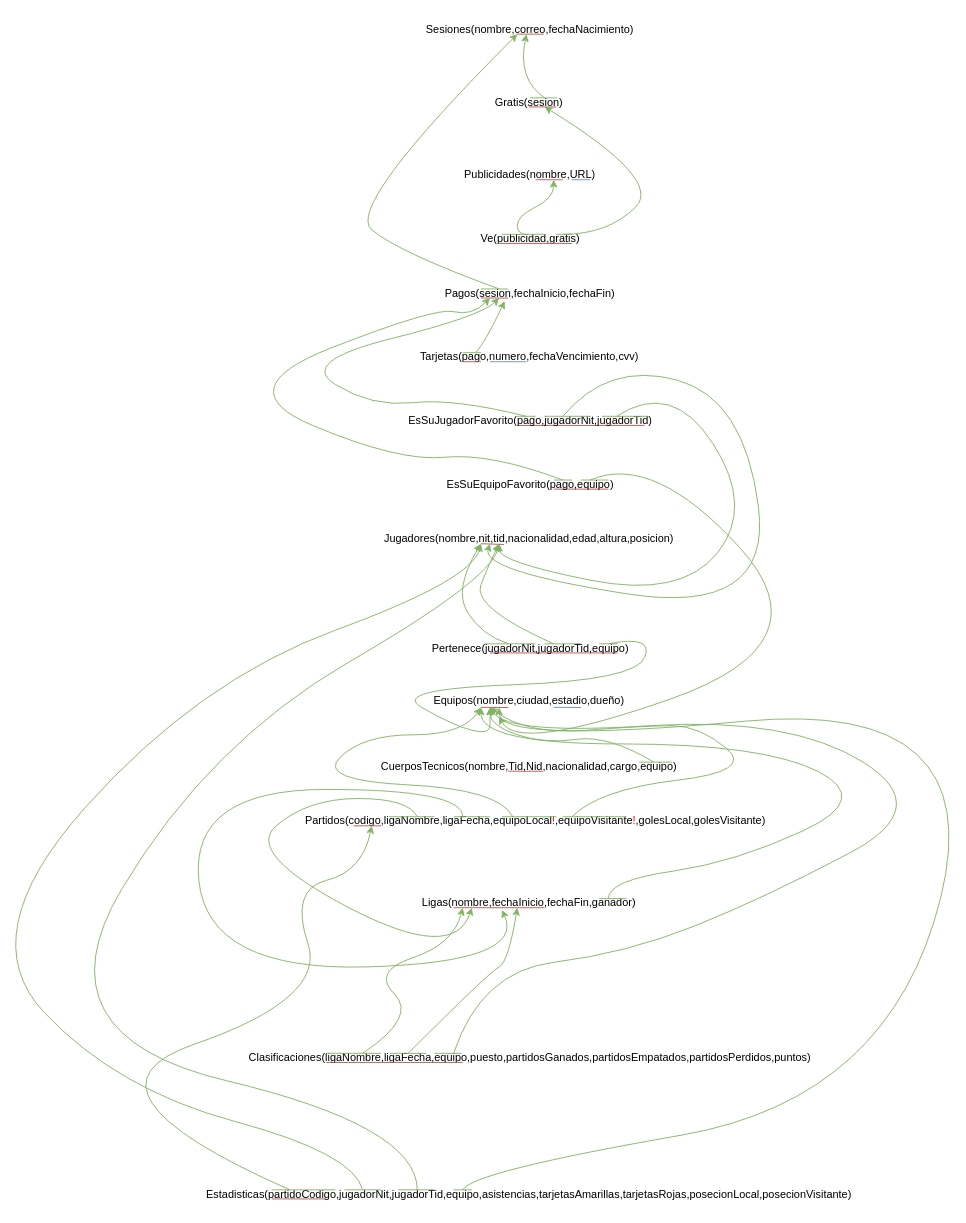
The draw.io diagram ModeloMiniProyecto.drawio in marzo245/Chicuazuque-Zambrano2024-1, before the edit. Source tidied: cells renumbered, new cells numbered last; positions are measured from the earlier drawing's top-left corner, leaving out a move shared by most shapes. Both pictures are drawn from the tidied source at 91%, with x=0, y=0 at pixel (-29, 15).
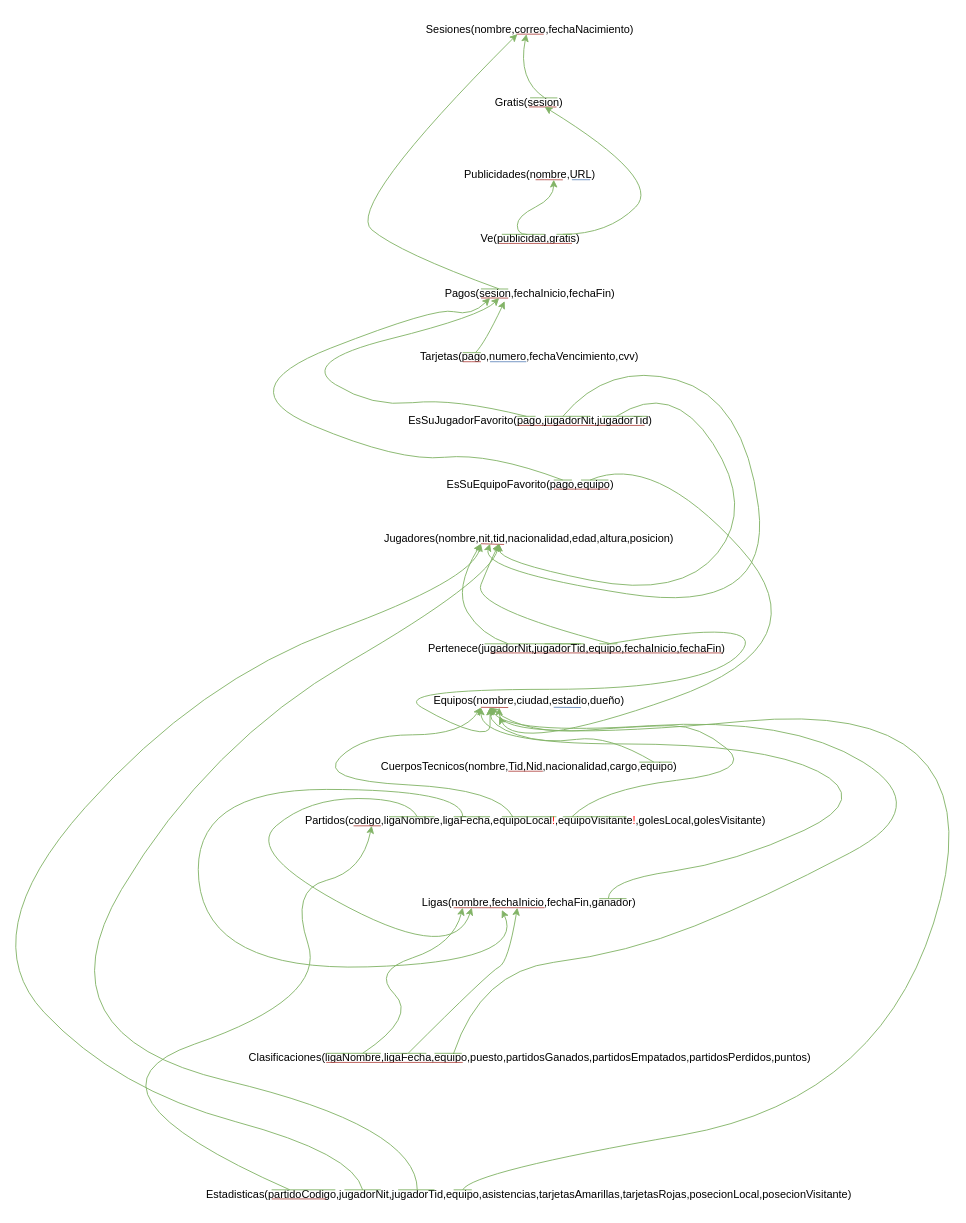
The same page after the edit.

What changed in the source:
```diff
@@
-    <mxCell id="22" style="endArrow=none;html=1;rounded=0;fillColor=#f8cecc;strokeColor=#b85450;entryX=0.9;entryY=0.667;entryDx=0;entryDy=0;entryPerimeter=0;" parent="1" edge="1" target="60">
+    <mxCell id="22" style="endArrow=none;html=1;rounded=0;fillColor=#f8cecc;strokeColor=#b85450;entryX=0.9;entryY=0.667;entryDx=0;entryDy=0;entryPerimeter=0;exitX=0.229;exitY=0.667;exitDx=0;exitDy=0;exitPerimeter=0;" parent="1" edge="1" source="60">
       <mxGeometry relative="1" as="geometry">
-        <mxPoint x="570" y="700" as="sourcePoint" />
+        <mxPoint x="825" y="700" as="targetPoint" />
       </mxGeometry>
     </mxCell>
@@
     <mxCell id="26" style="endArrow=none;html=1;rounded=0;fillColor=#f8cecc;strokeColor=#b85450;" parent="1" edge="1">
       <mxGeometry relative="1" as="geometry">
-        <mxPoint x="450.5" y="890" as="sourcePoint" />
+        <mxPoint x="450" y="890" as="sourcePoint" />
         <mxPoint x="420" y="890" as="targetPoint" />
       </mxGeometry>
     </mxCell>
@@
-    <mxCell id="60" value="Pertenece(jugadorNit,jugadorTid,equipo)" style="text;html=1;align=center;verticalAlign=middle;points=[];strokeColor=none;fillColor=none;" parent="1" vertex="1">
-      <mxGeometry x="494" y="680" width="240" height="30" as="geometry" />
+    <mxCell id="60" value="Pertenece(jugadorNit,jugadorTid,equipo,fechaInicio,fechaFin)" style="text;html=1;align=center;verticalAlign=middle;points=[];strokeColor=none;fillColor=none;" parent="1" vertex="1">
+      <mxGeometry x="490" y="680" width="350" height="30" as="geometry" />
     </mxCell>
@@
     <mxCell id="64" style="curved=1;endArrow=classic;html=1;rounded=0;fillColor=#d5e8d4;strokeColor=#82b366;" parent="1" edge="1">
       <mxGeometry relative="1" as="geometry">
         <mxPoint x="700.3" y="690" as="sourcePoint" />
         <mxPoint x="570" y="760" as="targetPoint" />
         <Array as="points">
-          <mxPoint x="750" y="680" />
-          <mxPoint x="730" y="730" />
+          <mxPoint x="880" y="660" />
+          <mxPoint x="810" y="740" />
           <mxPoint x="460" y="740" />
           <mxPoint x="530" y="780" />
           <mxPoint x="570" y="790" />
           <mxPoint x="570" y="770" />
         </Array>
       </mxGeometry>
     </mxCell>
```
